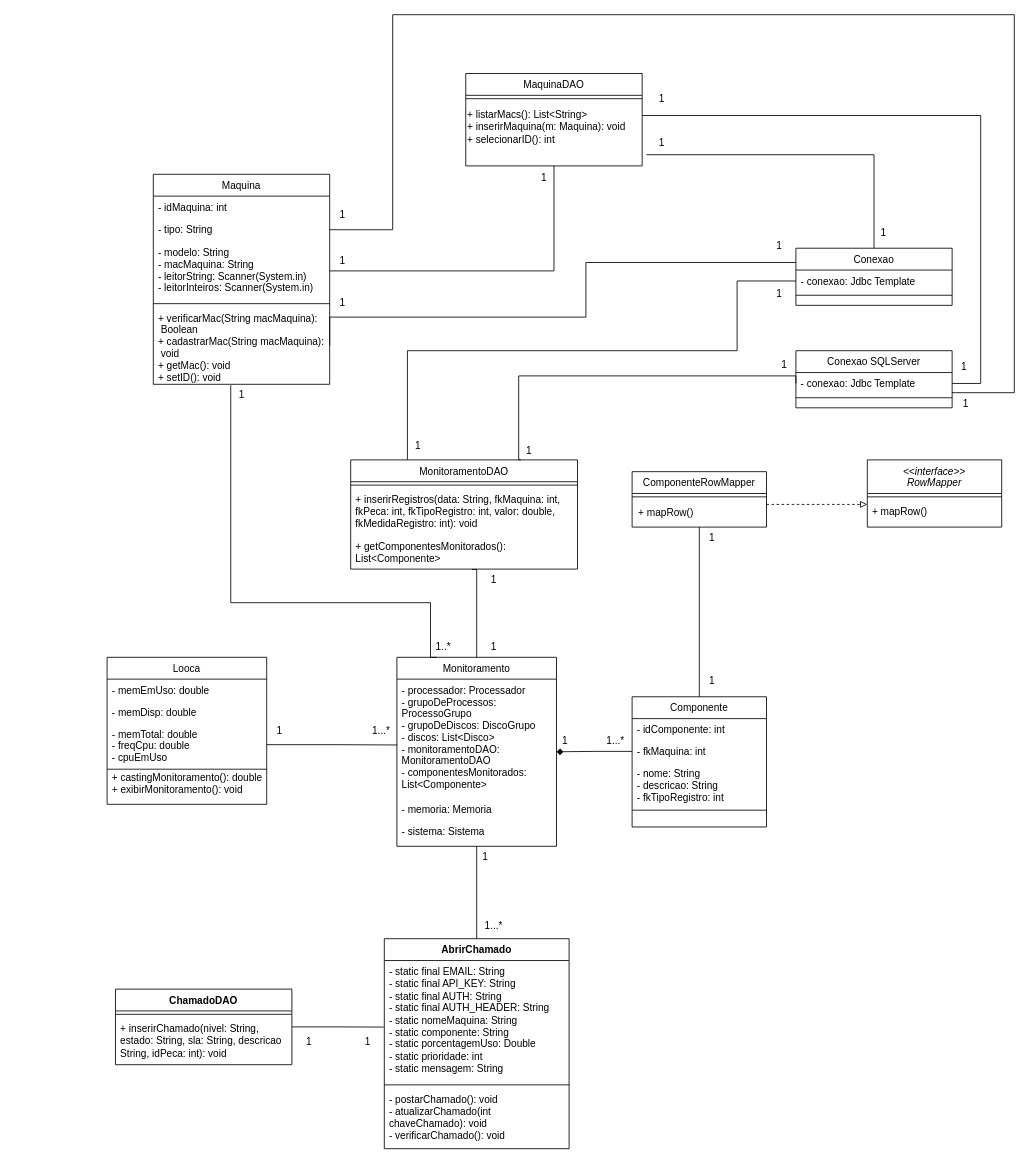
The draw.io diagram JavaSP3/DiagDeClasse.drawio in Health-Tech-Solutions/Health-Tech-Solutions, before the edit. Source tidied: cells renumbered, new cells numbered last; positions are measured from the earlier drawing's top-left corner, leaving out a move shared by most shapes. Both pictures are drawn from the tidied source at 84%, with x=0, y=0 at pixel (107, 14).
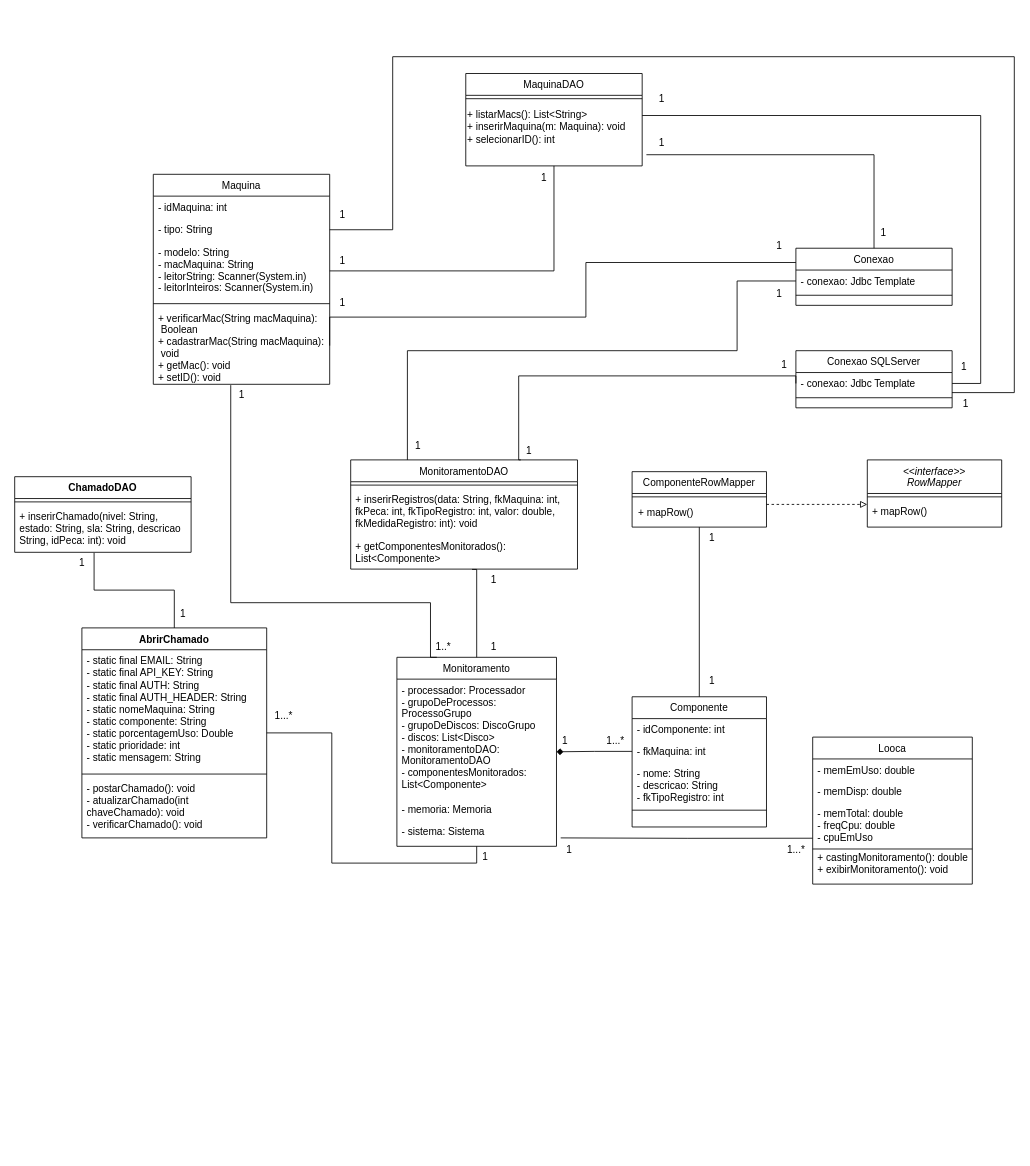
The same page after the edit.

The change refers to these unchanged cells:
```xml
<mxCell id="17" value="- tipo: String" style="text;align=left;verticalAlign=top;spacingLeft=4;spacingRight=4;overflow=hidden;points=[[0,0.5],[1,0.5]];portConstraint=eastwest;rounded=0;shadow=0;html=0;" parent="15" vertex="1">
  <mxGeometry y="52" width="210" height="28" as="geometry" />
</mxCell>
<mxCell id="22" value="- processador: Processador&#10;- grupoDeProcessos: &#10;ProcessoGrupo&#10;- grupoDeDiscos: DiscoGrupo&#10;- discos: List&lt;Disco&gt;&#10;- monitoramentoDAO: &#10;MonitoramentoDAO&#10;- componentesMonitorados: &#10;List&lt;Componente&gt;" style="text;align=left;verticalAlign=top;spacingLeft=4;spacingRight=4;overflow=hidden;points=[[0,0.5],[1,0.5]];portConstraint=eastwest;rounded=0;shadow=0;html=0;" parent="21" vertex="1">
  <mxGeometry y="26" width="190" height="142" as="geometry" />
</mxCell>
<mxCell id="40" value="- memTotal: double&#10;- freqCpu: double&#10;- cpuEmUso" style="text;align=left;verticalAlign=top;spacingLeft=4;spacingRight=4;overflow=hidden;points=[[0,0.5],[1,0.5]];portConstraint=eastwest;rounded=0;shadow=0;html=0;" parent="37" vertex="1">
  <mxGeometry y="78" width="190" height="52" as="geometry" />
</mxCell>
<mxCell id="59" value="- conexao: Jdbc Template" style="text;align=left;verticalAlign=top;spacingLeft=4;spacingRight=4;overflow=hidden;points=[[0,0.5],[1,0.5]];portConstraint=eastwest;" parent="58" vertex="1">
  <mxGeometry y="26" width="186" height="26" as="geometry" />
</mxCell>
<mxCell id="64" value="- static final EMAIL: String&amp;nbsp;&lt;br&gt;- static final API_KEY: String&lt;br&gt;- static final AUTH: String&lt;br&gt;- static final AUTH_HEADER: String &lt;br&gt;- static nomeMaquina: String &lt;br&gt;- static componente: String&amp;nbsp;&lt;br&gt;- static porcentagemUso: Double&lt;br&gt;- static prioridade: int&amp;nbsp;&lt;br&gt;- static mensagem: String&amp;nbsp;&lt;br&gt;" style="text;strokeColor=none;fillColor=none;align=left;verticalAlign=top;spacingLeft=4;spacingRight=4;overflow=hidden;points=[[0,0.5],[1,0.5]];portConstraint=eastwest;whiteSpace=wrap;html=1;" parent="63" vertex="1">
  <mxGeometry y="26" width="220" height="144" as="geometry" />
</mxCell>
<mxCell id="73" value="+ inserirChamado(nivel: String, estado: String, sla: String, descricao String, idPeca: int): void" style="text;strokeColor=none;fillColor=none;align=left;verticalAlign=top;spacingLeft=4;spacingRight=4;overflow=hidden;points=[[0,0.5],[1,0.5]];portConstraint=eastwest;whiteSpace=wrap;html=1;" parent="71" vertex="1">
  <mxGeometry y="34" width="210" height="56" as="geometry" />
</mxCell>
```

Change to the diagram source:
```diff
@@
     <mxCell id="37" value="Looca" style="swimlane;fontStyle=0;align=center;verticalAlign=top;horizontal=1;startSize=26;rounded=0;shadow=0;strokeWidth=1;" parent="1" vertex="1">
-      <mxGeometry y="765" width="190" height="175" as="geometry" />
+      <mxGeometry x="840" y="860" width="190" height="175" as="geometry" />
     </mxCell>
@@
     <mxCell id="42" value="1" style="text;html=1;align=center;verticalAlign=middle;strokeColor=none;fillColor=none;" parent="1" vertex="1">
-      <mxGeometry x="190" y="837.5" width="30" height="30" as="geometry" />
+      <mxGeometry x="535" y="980" width="30" height="30" as="geometry" />
     </mxCell>
     <mxCell id="43" value="1...*" style="text;html=1;align=center;verticalAlign=middle;strokeColor=none;fillColor=none;" parent="1" vertex="1">
-      <mxGeometry x="306" y="837.5" width="40" height="30" as="geometry" />
+      <mxGeometry x="800" y="980" width="40" height="30" as="geometry" />
     </mxCell>
@@
     <mxCell id="52" style="endArrow=none;html=1;rounded=0;exitX=0;exitY=0.75;exitDx=0;exitDy=0;entryX=1;entryY=0.75;entryDx=0;entryDy=0;" parent="1" edge="1">
       <mxGeometry relative="1" as="geometry">
-        <mxPoint y="898.2" as="sourcePoint" />
-        <mxPoint x="190" y="898.2" as="targetPoint" />
+        <mxPoint x="840" y="993.2" as="sourcePoint" />
+        <mxPoint x="1030" y="993.2" as="targetPoint" />
       </mxGeometry>
     </mxCell>
-    <mxCell id="53" style="edgeStyle=orthogonalEdgeStyle;rounded=0;jettySize=auto;html=1;entryX=0.002;entryY=0.552;entryDx=0;entryDy=0;entryPerimeter=0;endArrow=none;endFill=0;" parent="1" edge="1" source="40" target="22">
-      <mxGeometry relative="1" as="geometry" />
+    <mxCell id="53" style="edgeStyle=orthogonalEdgeStyle;rounded=0;jettySize=auto;html=1;entryX=0;entryY=0.815;entryDx=0;entryDy=0;entryPerimeter=0;endArrow=none;endFill=0;" parent="1" edge="1" target="40">
+      <mxGeometry relative="1" as="geometry">
+        <mxPoint x="540" y="980" as="sourcePoint" />
+      </mxGeometry>
     </mxCell>
@@
     <mxCell id="63" value="AbrirChamado" style="swimlane;fontStyle=1;align=center;verticalAlign=top;horizontal=1;startSize=26;whiteSpace=wrap;html=1;" parent="1" vertex="1">
-      <mxGeometry x="330" y="1100" width="220" height="250" as="geometry" />
+      <mxGeometry x="-30" y="730" width="220" height="250" as="geometry" />
     </mxCell>
@@
     <mxCell id="67" value="1...*" style="text;html=1;align=center;verticalAlign=middle;strokeColor=none;fillColor=none;" parent="1" vertex="1">
-      <mxGeometry x="440" y="1070" width="40" height="30" as="geometry" />
+      <mxGeometry x="190" y="820" width="40" height="30" as="geometry" />
     </mxCell>
@@
     <mxCell id="71" value="ChamadoDAO" style="swimlane;fontStyle=1;align=center;verticalAlign=top;horizontal=1;startSize=26;whiteSpace=wrap;html=1;" parent="1" vertex="1">
-      <mxGeometry x="10" y="1160" width="210" height="90" as="geometry" />
+      <mxGeometry x="-110" y="550" width="210" height="90" as="geometry" />
     </mxCell>
@@
-    <mxCell id="74" style="edgeStyle=orthogonalEdgeStyle;rounded=0;jettySize=auto;html=1;entryX=-0.003;entryY=0.55;entryDx=0;entryDy=0;entryPerimeter=0;endArrow=none;endFill=0;" parent="1" edge="1" source="71" target="64">
-      <mxGeometry relative="1" as="geometry" />
-    </mxCell>
-    <mxCell id="75" value="1" style="text;html=1;align=center;verticalAlign=middle;strokeColor=none;fillColor=none;" parent="1" vertex="1">
-      <mxGeometry x="225" y="1208" width="30" height="30" as="geometry" />
-    </mxCell>
-    <mxCell id="76" value="1" style="text;html=1;align=center;verticalAlign=middle;strokeColor=none;fillColor=none;" parent="1" vertex="1">
-      <mxGeometry x="295" y="1208" width="30" height="30" as="geometry" />
-    </mxCell>
     <mxCell id="77" style="edgeStyle=orthogonalEdgeStyle;rounded=0;jettySize=auto;html=1;exitX=1;exitY=0.5;exitDx=0;exitDy=0;endArrow=none;endFill=0;entryX=0.999;entryY=0.919;entryDx=0;entryDy=0;entryPerimeter=0;" parent="1" edge="1" source="17" target="59">
       <mxGeometry relative="1" as="geometry">
         <Array as="points">
           <mxPoint x="340" y="256" />
-          <mxPoint x="340" />
-          <mxPoint x="1080" />
+          <mxPoint x="340" y="50" />
+          <mxPoint x="1080" y="50" />
           <mxPoint x="1080" y="450" />
-          <mxPoint x="1010" y="450" />
         </Array>
       </mxGeometry>
     </mxCell>
@@
+    <mxCell id="92" style="edgeStyle=orthogonalEdgeStyle;rounded=0;jettySize=auto;html=1;entryX=0.45;entryY=1.011;entryDx=0;entryDy=0;entryPerimeter=0;endArrow=none;endFill=0;" parent="1" edge="1" source="63" target="73">
+      <mxGeometry relative="1" as="geometry" />
+    </mxCell>
+    <mxCell id="93" value="1" style="text;html=1;align=center;verticalAlign=middle;strokeColor=none;fillColor=none;" parent="1" vertex="1">
+      <mxGeometry x="-45" y="638" width="30" height="30" as="geometry" />
+    </mxCell>
+    <mxCell id="94" value="1" style="text;html=1;align=center;verticalAlign=middle;strokeColor=none;fillColor=none;" parent="1" vertex="1">
+      <mxGeometry x="75" y="698" width="30" height="30" as="geometry" />
+    </mxCell>
```
